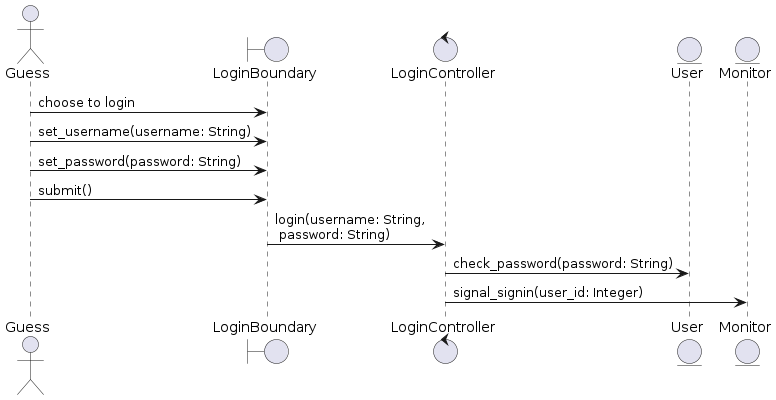
Earlier version of the PlantUML export docs/UML/Sequence Diagrams/sign-in.png (LapTQ/MCT). Source of this version:
```plantuml
@startuml

actor Guess as A
boundary LoginBoundary as B
control LoginController as C
entity User
entity Monitor


A -> B: choose to login
A -> B: set_username(username: String)
A -> B: set_password(password: String)
A -> B: submit()
B -> C: login(username: String, \n password: String)
C -> User: check_password(password: String)
C -> Monitor: signal_signin(user_id: Integer)

@enduml
```
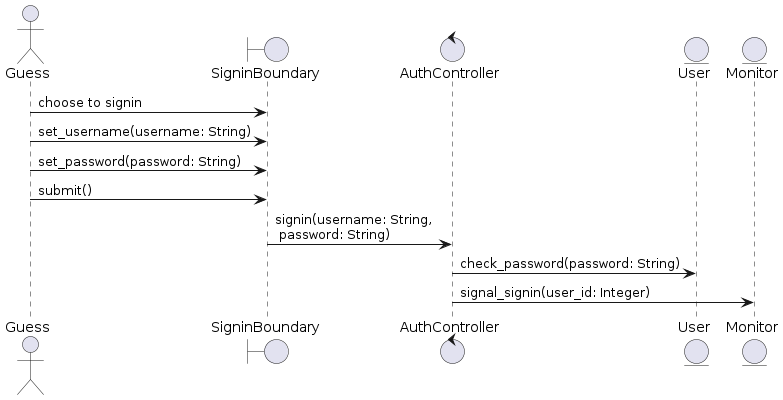
The same file after the commit.

What changed in the source:
```diff
@@ -1,17 +1,17 @@
 @startuml
 
 actor Guess as A
-boundary LoginBoundary as B
-control LoginController as C
+boundary SigninBoundary as B
+control AuthController as C
 entity User
 entity Monitor
 
 
-A -> B: choose to login
+A -> B: choose to signin
 A -> B: set_username(username: String)
 A -> B: set_password(password: String)
 A -> B: submit()
-B -> C: login(username: String, \n password: String)
+B -> C: signin(username: String, \n password: String)
 C -> User: check_password(password: String)
 C -> Monitor: signal_signin(user_id: Integer)
 
```
